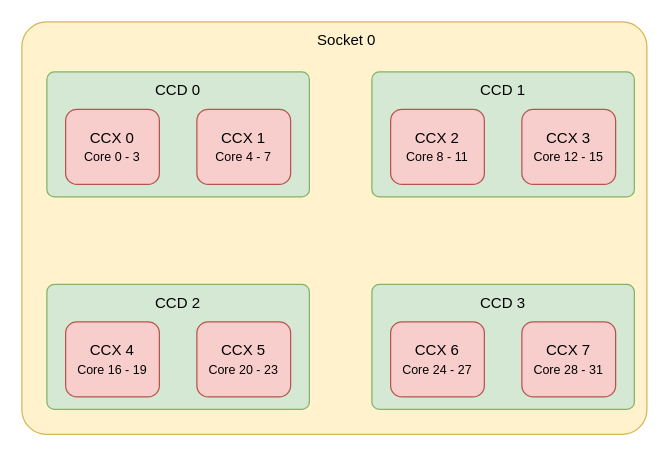
Before: zen3-numa.drawio in shivankgarg98/test-repo, a draw.io diagram. Source tidied: cells renumbered, new cells numbered last; positions are measured from the earlier drawing's top-left corner, leaving out a move shared by most shapes. Both pictures are drawn from the tidied source at 125%, with x=0, y=0 at pixel (21, 21).
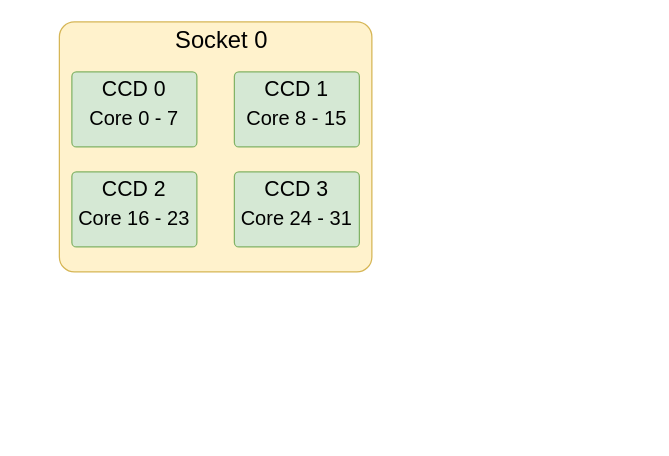
After the change.

Change to the diagram source:
```diff
@@
 <mxGraphModel>
   <root>
     <mxCell id="0" />
     <mxCell id="1" parent="0" />
     <mxCell id="2" style="rounded=1;whiteSpace=wrap;html=1;arcSize=6;fillColor=#fff2cc;strokeColor=#d6b656;" parent="1" vertex="1">
-      <mxGeometry width="500" height="330" as="geometry" />
+      <mxGeometry x="30" width="250" height="200" as="geometry" />
     </mxCell>
-    <mxCell id="3" style="rounded=1;whiteSpace=wrap;html=1;arcSize=6;fillColor=#d5e8d4;strokeColor=#82b366;" parent="1" vertex="1">
-      <mxGeometry x="20" y="40" width="210" height="100" as="geometry" />
+    <mxCell id="3" value="&lt;div&gt;&lt;br&gt;&lt;/div&gt;&lt;div&gt;&lt;font style=&quot;font-size: 16px;&quot;&gt;Core 0 - 7&lt;/font&gt;&lt;/div&gt;" style="rounded=1;whiteSpace=wrap;html=1;arcSize=6;fillColor=#d5e8d4;strokeColor=#82b366;" parent="1" vertex="1">
+      <mxGeometry x="40" y="40" width="100" height="60" as="geometry" />
     </mxCell>
-    <mxCell id="4" value="Socket 0" style="text;html=1;align=center;verticalAlign=middle;whiteSpace=wrap;rounded=0;" parent="1" vertex="1">
-      <mxGeometry x="230" width="60" height="30" as="geometry" />
+    <mxCell id="4" value="Socket 0" style="text;html=1;align=center;verticalAlign=middle;whiteSpace=wrap;rounded=0;fontSize=19;" parent="1" vertex="1">
+      <mxGeometry x="120" width="80" height="30" as="geometry" />
     </mxCell>
-    <mxCell id="5" value="CCD 0" style="text;html=1;align=center;verticalAlign=middle;whiteSpace=wrap;rounded=0;" parent="1" vertex="1">
-      <mxGeometry x="95" y="40" width="60" height="30" as="geometry" />
+    <mxCell id="5" value="CCD 0" style="text;html=1;align=center;verticalAlign=middle;whiteSpace=wrap;rounded=0;fontSize=17;" parent="1" vertex="1">
+      <mxGeometry x="60" y="40" width="60" height="30" as="geometry" />
     </mxCell>
-    <mxCell id="6" value="CCX 0&lt;div&gt;&lt;font style=&quot;font-size: 10px;&quot;&gt;Core 0 - 3&lt;/font&gt;&lt;/div&gt;" style="rounded=1;whiteSpace=wrap;html=1;fillColor=#f8cecc;strokeColor=#b85450;" parent="1" vertex="1">
-      <mxGeometry x="35" y="70" width="75" height="60" as="geometry" />
-    </mxCell>
-    <mxCell id="7" value="CCX 1&lt;div&gt;&lt;font style=&quot;font-size: 10px;&quot;&gt;Core 4 - 7&lt;/font&gt;&lt;/div&gt;" style="rounded=1;whiteSpace=wrap;html=1;fillColor=#f8cecc;strokeColor=#b85450;" parent="1" vertex="1">
-      <mxGeometry x="140" y="70" width="75" height="60" as="geometry" />
-    </mxCell>
-    <mxCell id="8" style="rounded=1;whiteSpace=wrap;html=1;arcSize=6;fillColor=#d5e8d4;strokeColor=#82b366;" parent="1" vertex="1">
-      <mxGeometry x="280" y="40" width="210" height="100" as="geometry" />
-    </mxCell>
+    <mxCell id="20" value="&lt;div&gt;&lt;br&gt;&lt;/div&gt;&lt;div&gt;&lt;font style=&quot;font-size: 16px;&quot;&gt;Core 8 - 15&lt;/font&gt;&lt;/div&gt;" style="rounded=1;whiteSpace=wrap;html=1;arcSize=6;fillColor=#d5e8d4;strokeColor=#82b366;" parent="1" vertex="1">
+      <mxGeometry x="170" y="40" width="100" height="60" as="geometry" />
+    </mxCell>
-    <mxCell id="9" value="CCD 1" style="text;html=1;align=center;verticalAlign=middle;whiteSpace=wrap;rounded=0;" parent="1" vertex="1">
-      <mxGeometry x="355" y="40" width="60" height="30" as="geometry" />
+    <mxCell id="9" value="CCD 1" style="text;html=1;align=center;verticalAlign=middle;whiteSpace=wrap;rounded=0;fontSize=17;" parent="1" vertex="1">
+      <mxGeometry x="190" y="40" width="60" height="30" as="geometry" />
     </mxCell>
-    <mxCell id="10" value="CCX 2&lt;div&gt;&lt;font style=&quot;font-size: 10px;&quot;&gt;Core 8 - 11&lt;/font&gt;&lt;/div&gt;" style="rounded=1;whiteSpace=wrap;html=1;fillColor=#f8cecc;strokeColor=#b85450;" parent="1" vertex="1">
-      <mxGeometry x="295" y="70" width="75" height="60" as="geometry" />
-    </mxCell>
-    <mxCell id="11" value="CCX 3&lt;div&gt;&lt;font style=&quot;font-size: 10px;&quot;&gt;Core 12 - 15&lt;/font&gt;&lt;/div&gt;" style="rounded=1;whiteSpace=wrap;html=1;fillColor=#f8cecc;strokeColor=#b85450;" parent="1" vertex="1">
-      <mxGeometry x="400" y="70" width="75" height="60" as="geometry" />
-    </mxCell>
-    <mxCell id="12" style="rounded=1;whiteSpace=wrap;html=1;arcSize=6;fillColor=#d5e8d4;strokeColor=#82b366;" parent="1" vertex="1">
-      <mxGeometry x="20" y="210" width="210" height="100" as="geometry" />
-    </mxCell>
+    <mxCell id="21" value="&lt;div&gt;&lt;br&gt;&lt;/div&gt;&lt;div&gt;&lt;font style=&quot;font-size: 16px;&quot;&gt;Core 16 - 23&lt;/font&gt;&lt;/div&gt;" style="rounded=1;whiteSpace=wrap;html=1;arcSize=6;fillColor=#d5e8d4;strokeColor=#82b366;" parent="1" vertex="1">
+      <mxGeometry x="40" y="120" width="100" height="60" as="geometry" />
+    </mxCell>
-    <mxCell id="13" value="CCD 2" style="text;html=1;align=center;verticalAlign=middle;whiteSpace=wrap;rounded=0;" parent="1" vertex="1">
-      <mxGeometry x="95" y="210" width="60" height="30" as="geometry" />
+    <mxCell id="13" value="CCD 2" style="text;html=1;align=center;verticalAlign=middle;whiteSpace=wrap;rounded=0;fontSize=17;" parent="1" vertex="1">
+      <mxGeometry x="60" y="120" width="60" height="30" as="geometry" />
     </mxCell>
-    <mxCell id="14" value="CCX 4&lt;div&gt;&lt;font style=&quot;font-size: 10px;&quot;&gt;Core 16 - 19&lt;/font&gt;&lt;/div&gt;" style="rounded=1;whiteSpace=wrap;html=1;fillColor=#f8cecc;strokeColor=#b85450;" parent="1" vertex="1">
-      <mxGeometry x="35" y="240" width="75" height="60" as="geometry" />
-    </mxCell>
-    <mxCell id="15" value="CCX 5&lt;div&gt;&lt;font style=&quot;font-size: 10px;&quot;&gt;Core 20 - 23&lt;/font&gt;&lt;/div&gt;" style="rounded=1;whiteSpace=wrap;html=1;fillColor=#f8cecc;strokeColor=#b85450;" parent="1" vertex="1">
-      <mxGeometry x="140" y="240" width="75" height="60" as="geometry" />
-    </mxCell>
-    <mxCell id="16" style="rounded=1;whiteSpace=wrap;html=1;arcSize=6;fillColor=#d5e8d4;strokeColor=#82b366;" parent="1" vertex="1">
-      <mxGeometry x="280" y="210" width="210" height="100" as="geometry" />
-    </mxCell>
+    <mxCell id="22" value="&lt;div&gt;&lt;br&gt;&lt;/div&gt;&lt;div&gt;&lt;font style=&quot;font-size: 16px;&quot;&gt;Core 24 - 31&lt;/font&gt;&lt;/div&gt;" style="rounded=1;whiteSpace=wrap;html=1;arcSize=6;fillColor=#d5e8d4;strokeColor=#82b366;" parent="1" vertex="1">
+      <mxGeometry x="170" y="120" width="100" height="60" as="geometry" />
+    </mxCell>
-    <mxCell id="17" value="CCD 3" style="text;html=1;align=center;verticalAlign=middle;whiteSpace=wrap;rounded=0;" parent="1" vertex="1">
-      <mxGeometry x="355" y="210" width="60" height="30" as="geometry" />
+    <mxCell id="17" value="CCD 3" style="text;html=1;align=center;verticalAlign=middle;whiteSpace=wrap;rounded=0;fontSize=17;" parent="1" vertex="1">
+      <mxGeometry x="190" y="120" width="60" height="30" as="geometry" />
     </mxCell>
-    <mxCell id="18" value="CCX 6&lt;div&gt;&lt;font style=&quot;font-size: 10px;&quot;&gt;Core 24 - 27&lt;/font&gt;&lt;/div&gt;" style="rounded=1;whiteSpace=wrap;html=1;fillColor=#f8cecc;strokeColor=#b85450;" parent="1" vertex="1">
-      <mxGeometry x="295" y="240" width="75" height="60" as="geometry" />
-    </mxCell>
-    <mxCell id="19" value="CCX 7&lt;div&gt;&lt;font style=&quot;font-size: 10px;&quot;&gt;Core 28 - 31&lt;/font&gt;&lt;/div&gt;" style="rounded=1;whiteSpace=wrap;html=1;fillColor=#f8cecc;strokeColor=#b85450;" parent="1" vertex="1">
-      <mxGeometry x="400" y="240" width="75" height="60" as="geometry" />
-    </mxCell>
   </root>
 </mxGraphModel>
```
